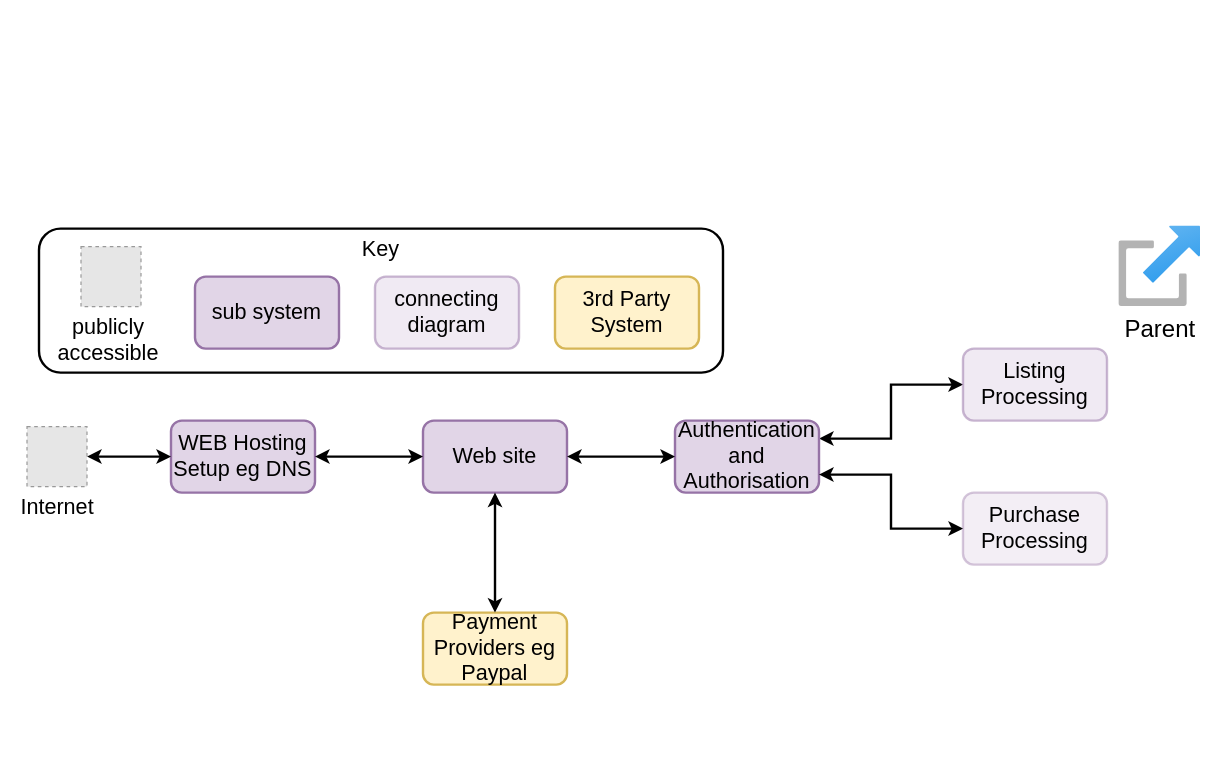
The draw.io diagram sample-diagrams/diagrams/User Interface/User Interface/UserInterface.drawio in judewood/system-diagrams-demo, before the edit. Source tidied: cells renumbered, new cells numbered last; positions are measured from the earlier drawing's top-left corner, leaving out a move shared by most shapes. Both pictures are drawn from the tidied source at 120%, with x=0, y=0 at pixel (26, 226). Pictures stored in the file or linked from it are replaced by grey dashed boxes.
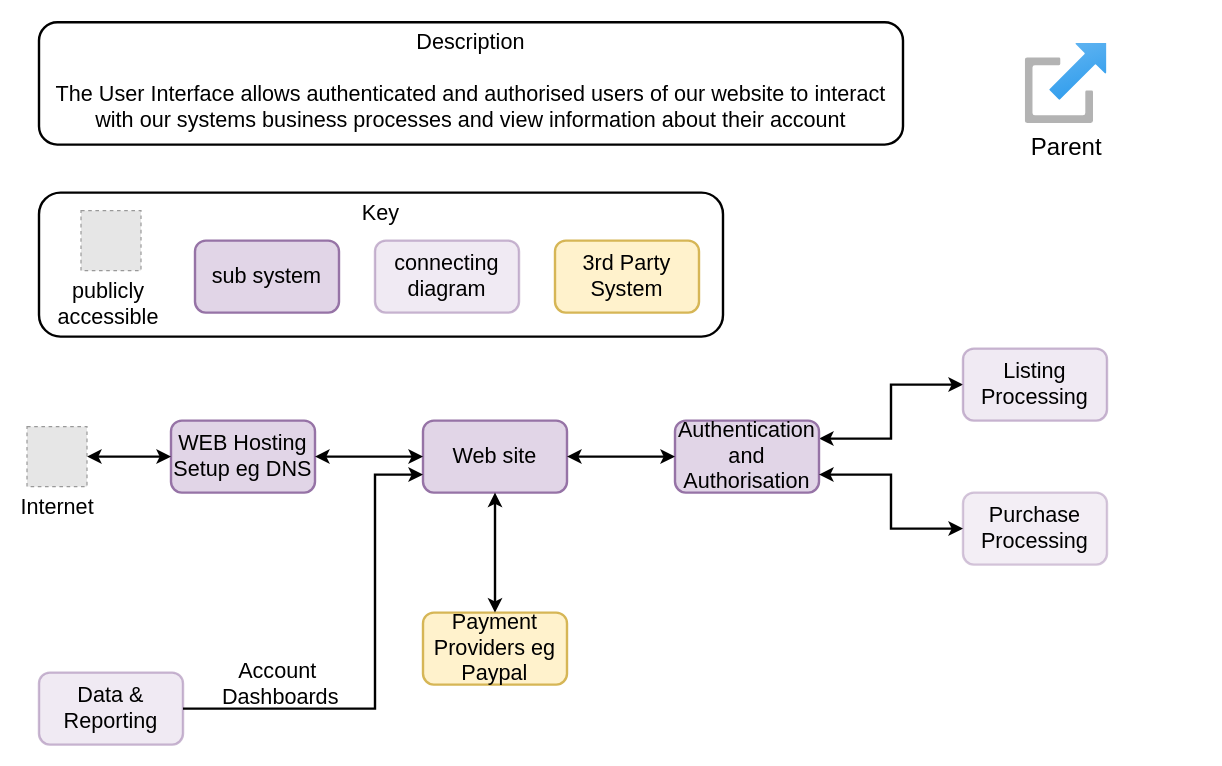
After the change.

Unchanged cells that the change refers to:
```xml
<mxCell id="5" value="Web site" style="rounded=1;whiteSpace=wrap;html=1;fillColor=#e1d5e7;strokeColor=#9673a6;fontSize=18;strokeWidth=2;labelBackgroundColor=none;" parent="1" vertex="1">
  <mxGeometry x="330" y="162" width="120" height="60" as="geometry" />
</mxCell>
```

What changed in the source:
```diff
@@
     <mxCell id="2" value="Key" style="rounded=1;whiteSpace=wrap;html=1;labelPosition=center;verticalLabelPosition=middle;align=center;verticalAlign=top;fontSize=18;strokeWidth=2;" parent="1" vertex="1">
-      <mxGeometry x="10" y="2" width="570" height="120" as="geometry" />
+      <mxGeometry x="10" y="-28" width="570" height="120" as="geometry" />
     </mxCell>
     <mxCell id="3" value="sub system" style="rounded=1;whiteSpace=wrap;html=1;fillColor=#e1d5e7;strokeColor=#9673a6;fontSize=18;strokeWidth=2;labelBackgroundColor=none;" parent="1" vertex="1">
-      <mxGeometry x="140" y="42" width="120" height="60" as="geometry" />
+      <mxGeometry x="140" y="12" width="120" height="60" as="geometry" />
     </mxCell>
@@
     <mxCell id="9" value="publicly&amp;nbsp;&lt;div style=&quot;font-size: 18px;&quot;&gt;accessible&amp;nbsp;&lt;/div&gt;" style="fillColor=#E6E6E6;strokeColor=#999999;dashed=1;html=1;verticalAlign=top;verticalLabelPosition=bottom;labelBackgroundColor=none;fontSize=18;" parent="1" vertex="1">
-      <mxGeometry x="45" y="17" width="50" height="50" as="geometry" />
+      <mxGeometry x="45" y="-13" width="50" height="50" as="geometry" />
     </mxCell>
@@
     <mxCell id="13" value="3rd Party&lt;div&gt;System&lt;/div&gt;" style="rounded=1;whiteSpace=wrap;html=1;fillColor=#fff2cc;strokeColor=#d6b656;strokeWidth=2;fontSize=18;" parent="1" vertex="1">
-      <mxGeometry x="440" y="42" width="120" height="60" as="geometry" />
+      <mxGeometry x="440" y="12" width="120" height="60" as="geometry" />
     </mxCell>
@@
     <mxCell id="19" value="Parent" style="image;html=1;align=center;fontSize=20;image=img/lib/azure2/general/Launch_Portal.svg;labelBackgroundColor=none;imageBackground=default;strokeWidth=2;" parent="1" vertex="1">
-      <mxGeometry x="910" width="68" height="67" as="geometry" />
+      <mxGeometry x="832" y="-152.5" width="68" height="67" as="geometry" />
     </mxCell>
     <mxCell id="20" value="connecting diagram" style="rounded=1;whiteSpace=wrap;html=1;fillColor=#e1d5e7;strokeColor=#9673a6;fontSize=18;strokeWidth=2;labelBackgroundColor=none;fillStyle=auto;opacity=50;" parent="1" vertex="1">
-      <mxGeometry x="290" y="42" width="120" height="60" as="geometry" />
+      <mxGeometry x="290" y="12" width="120" height="60" as="geometry" />
     </mxCell>
+    <mxCell id="21" value="Description&lt;div&gt;&lt;br&gt;&lt;div&gt;&lt;div&gt;The User Interface allows authenticated and authorised users of our website to interact with our systems business processes and view information about their account&lt;/div&gt;&lt;/div&gt;&lt;/div&gt;" style="rounded=1;whiteSpace=wrap;html=1;labelPosition=center;verticalLabelPosition=middle;align=center;verticalAlign=top;fontSize=18;labelBackgroundColor=none;strokeWidth=2;" parent="1" vertex="1">
+      <mxGeometry x="10" y="-170" width="720" height="102" as="geometry" />
+    </mxCell>
+    <mxCell id="22" value="&lt;div style=&quot;font-size: 18px;&quot;&gt;Data &amp;amp;&lt;/div&gt;Reporting" style="rounded=1;whiteSpace=wrap;html=1;fillColor=#e1d5e7;strokeColor=#9673a6;fontSize=18;strokeWidth=2;labelBackgroundColor=none;opacity=50;" parent="1" vertex="1">
+      <mxGeometry x="10" y="372" width="120" height="60" as="geometry" />
+    </mxCell>
+    <mxCell id="23" value="Account&amp;nbsp;&lt;div&gt;Dashboards&lt;/div&gt;" style="edgeStyle=orthogonalEdgeStyle;rounded=0;jettySize=auto;html=1;entryX=0;entryY=0.75;entryDx=0;entryDy=0;strokeWidth=2;labelBackgroundColor=none;fontSize=18;" parent="1" edge="1" source="22" target="5">
+      <mxGeometry x="-0.59" y="20" relative="1" as="geometry">
+        <Array as="points">
+          <mxPoint x="290" y="402" />
+          <mxPoint x="290" y="207" />
+        </Array>
+      </mxGeometry>
+    </mxCell>
```
